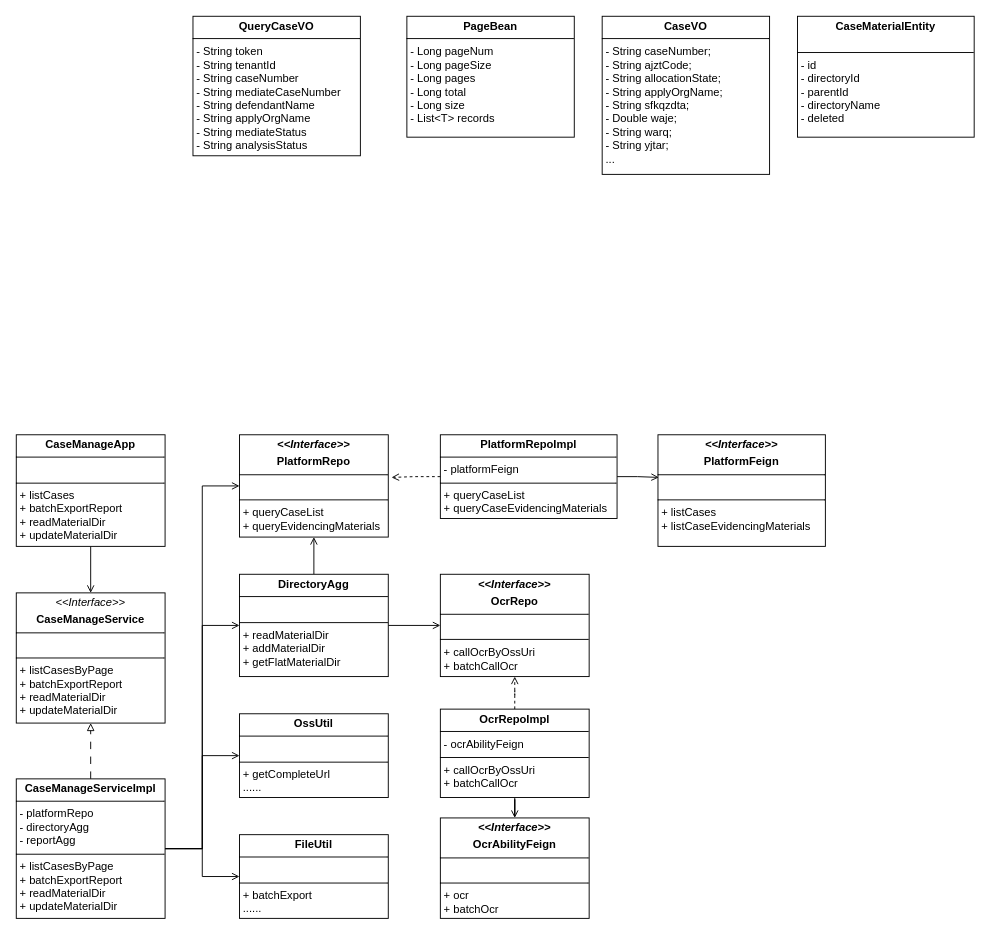
Earlier version of the draw.io diagram 案件管理模块类图.drawio (Lainy0605/graduate). Source tidied: cells renumbered, new cells numbered last; positions are measured from the earlier drawing's top-left corner, leaving out a move shared by most shapes. Both pictures are drawn from the tidied source at 93%, with x=0, y=0 at pixel (16, 16).
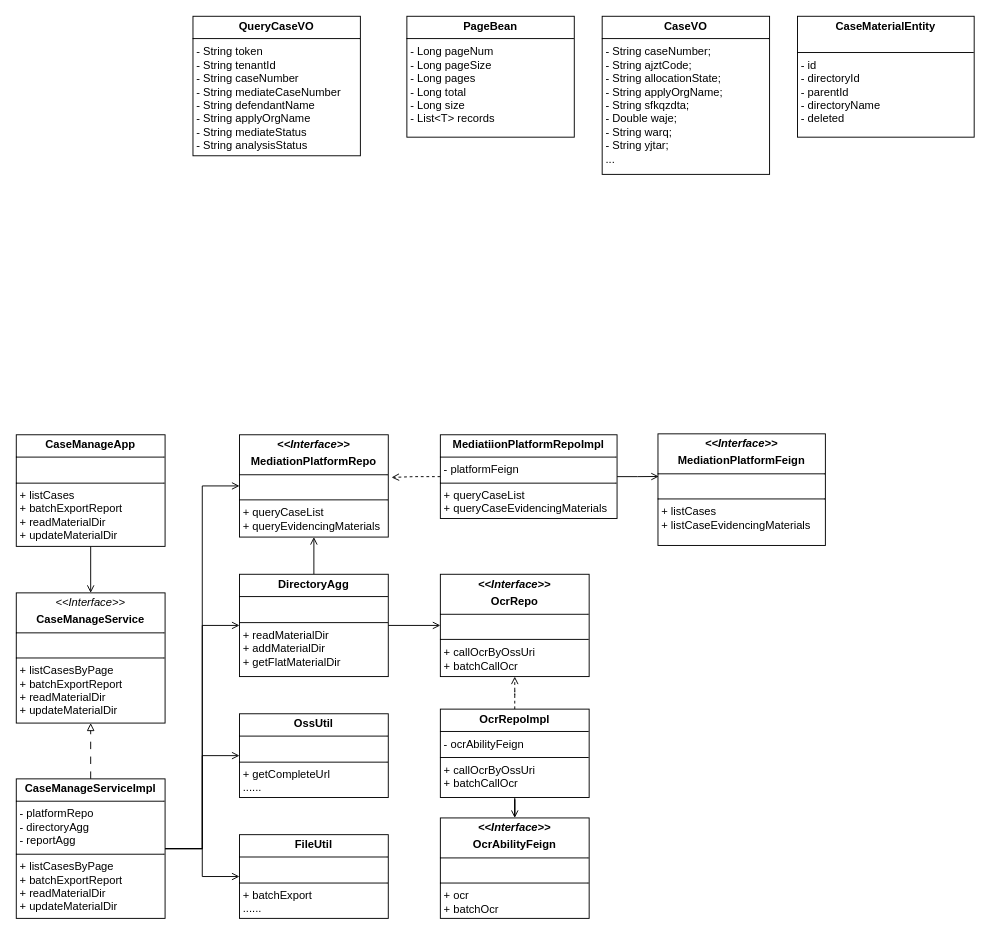
The same diagram, later.

Commit message:
更新案件管理模块类图.drawio

Change to the diagram source:
```diff
@@
-    <mxCell id="17" value="&lt;p style=&quot;margin:0px;margin-top:4px;text-align:center;&quot;&gt;&lt;b&gt;PlatformRepoImpl&lt;/b&gt;&lt;/p&gt;&lt;hr size=&quot;1&quot; style=&quot;border-style:solid;&quot;&gt;&lt;p style=&quot;margin:0px;margin-left:4px;&quot;&gt;- platformFeign&lt;/p&gt;&lt;hr size=&quot;1&quot; style=&quot;border-style:solid;&quot;&gt;&lt;p style=&quot;margin:0px;margin-left:4px;&quot;&gt;+ queryCaseList&lt;/p&gt;&lt;p style=&quot;margin:0px;margin-left:4px;&quot;&gt;+ queryCaseEvidencingMaterials&lt;/p&gt;" style="verticalAlign=top;align=left;overflow=fill;html=1;whiteSpace=wrap;" parent="1" vertex="1">
+    <mxCell id="17" value="&lt;p style=&quot;margin:0px;margin-top:4px;text-align:center;&quot;&gt;&lt;b&gt;MediatiionPlatformRepoImpl&lt;/b&gt;&lt;/p&gt;&lt;hr size=&quot;1&quot; style=&quot;border-style:solid;&quot;&gt;&lt;p style=&quot;margin:0px;margin-left:4px;&quot;&gt;- platformFeign&lt;/p&gt;&lt;hr size=&quot;1&quot; style=&quot;border-style:solid;&quot;&gt;&lt;p style=&quot;margin:0px;margin-left:4px;&quot;&gt;+ queryCaseList&lt;/p&gt;&lt;p style=&quot;margin:0px;margin-left:4px;&quot;&gt;+ queryCaseEvidencingMaterials&lt;/p&gt;" style="verticalAlign=top;align=left;overflow=fill;html=1;whiteSpace=wrap;" parent="1" vertex="1">
       <mxGeometry x="456" y="450" width="190" height="90" as="geometry" />
     </mxCell>
-    <mxCell id="18" value="&lt;p style=&quot;margin:0px;margin-top:4px;text-align:center;&quot;&gt;&lt;b&gt;&lt;i&gt;&amp;lt;&amp;lt;Interface&amp;gt;&amp;gt;&lt;/i&gt;&lt;/b&gt;&lt;/p&gt;&lt;p style=&quot;margin:0px;margin-top:4px;text-align:center;&quot;&gt;&lt;b&gt;PlatformRepo&lt;/b&gt;&lt;/p&gt;&lt;hr size=&quot;1&quot; style=&quot;border-style:solid;&quot;&gt;&lt;p style=&quot;margin:0px;margin-left:4px;&quot;&gt;&lt;br&gt;&lt;/p&gt;&lt;hr size=&quot;1&quot; style=&quot;border-style:solid;&quot;&gt;&lt;p style=&quot;margin:0px;margin-left:4px;&quot;&gt;&lt;span style=&quot;background-color: transparent; color: light-dark(rgb(0, 0, 0), rgb(255, 255, 255));&quot;&gt;+ queryCaseList&lt;/span&gt;&lt;/p&gt;&lt;p style=&quot;margin:0px;margin-left:4px;&quot;&gt;+ queryEvidencingMaterials&lt;/p&gt;" style="verticalAlign=top;align=left;overflow=fill;html=1;whiteSpace=wrap;" parent="1" vertex="1">
+    <mxCell id="18" value="&lt;p style=&quot;margin:0px;margin-top:4px;text-align:center;&quot;&gt;&lt;b&gt;&lt;i&gt;&amp;lt;&amp;lt;Interface&amp;gt;&amp;gt;&lt;/i&gt;&lt;/b&gt;&lt;/p&gt;&lt;p style=&quot;margin:0px;margin-top:4px;text-align:center;&quot;&gt;&lt;b&gt;MediationPlatformRepo&lt;/b&gt;&lt;/p&gt;&lt;hr size=&quot;1&quot; style=&quot;border-style:solid;&quot;&gt;&lt;p style=&quot;margin:0px;margin-left:4px;&quot;&gt;&lt;br&gt;&lt;/p&gt;&lt;hr size=&quot;1&quot; style=&quot;border-style:solid;&quot;&gt;&lt;p style=&quot;margin:0px;margin-left:4px;&quot;&gt;&lt;span style=&quot;background-color: transparent; color: light-dark(rgb(0, 0, 0), rgb(255, 255, 255));&quot;&gt;+ queryCaseList&lt;/span&gt;&lt;/p&gt;&lt;p style=&quot;margin:0px;margin-left:4px;&quot;&gt;+ queryEvidencingMaterials&lt;/p&gt;" style="verticalAlign=top;align=left;overflow=fill;html=1;whiteSpace=wrap;" parent="1" vertex="1">
       <mxGeometry x="240" y="450" width="160" height="110" as="geometry" />
     </mxCell>
@@
-    <mxCell id="23" value="&lt;p style=&quot;margin:0px;margin-top:4px;text-align:center;&quot;&gt;&lt;b&gt;&lt;i&gt;&amp;lt;&amp;lt;Interface&amp;gt;&amp;gt;&lt;/i&gt;&lt;/b&gt;&lt;/p&gt;&lt;p style=&quot;margin:0px;margin-top:4px;text-align:center;&quot;&gt;&lt;b&gt;PlatformFeign&lt;/b&gt;&lt;/p&gt;&lt;hr size=&quot;1&quot; style=&quot;border-style:solid;&quot;&gt;&lt;p style=&quot;margin:0px;margin-left:4px;&quot;&gt;&lt;br&gt;&lt;/p&gt;&lt;hr size=&quot;1&quot; style=&quot;border-style:solid;&quot;&gt;&lt;p style=&quot;margin:0px;margin-left:4px;&quot;&gt;+ listCases&lt;/p&gt;&lt;p style=&quot;margin:0px;margin-left:4px;&quot;&gt;+ listCaseEvidencingMaterials&lt;/p&gt;&lt;p style=&quot;margin:0px;margin-left:4px;&quot;&gt;&lt;br&gt;&lt;/p&gt;" style="verticalAlign=top;align=left;overflow=fill;html=1;whiteSpace=wrap;" parent="1" vertex="1">
-      <mxGeometry x="690" y="450" width="180" height="120" as="geometry" />
+    <mxCell id="23" value="&lt;p style=&quot;margin:0px;margin-top:4px;text-align:center;&quot;&gt;&lt;b&gt;&lt;i&gt;&amp;lt;&amp;lt;Interface&amp;gt;&amp;gt;&lt;/i&gt;&lt;/b&gt;&lt;/p&gt;&lt;p style=&quot;margin:0px;margin-top:4px;text-align:center;&quot;&gt;&lt;b&gt;MediationPlatformFeign&lt;/b&gt;&lt;/p&gt;&lt;hr size=&quot;1&quot; style=&quot;border-style:solid;&quot;&gt;&lt;p style=&quot;margin:0px;margin-left:4px;&quot;&gt;&lt;br&gt;&lt;/p&gt;&lt;hr size=&quot;1&quot; style=&quot;border-style:solid;&quot;&gt;&lt;p style=&quot;margin:0px;margin-left:4px;&quot;&gt;+ listCases&lt;/p&gt;&lt;p style=&quot;margin:0px;margin-left:4px;&quot;&gt;+ listCaseEvidencingMaterials&lt;/p&gt;&lt;p style=&quot;margin:0px;margin-left:4px;&quot;&gt;&lt;br&gt;&lt;/p&gt;" style="verticalAlign=top;align=left;overflow=fill;html=1;whiteSpace=wrap;" parent="1" vertex="1">
+      <mxGeometry x="690" y="449" width="180" height="120" as="geometry" />
     </mxCell>
```
